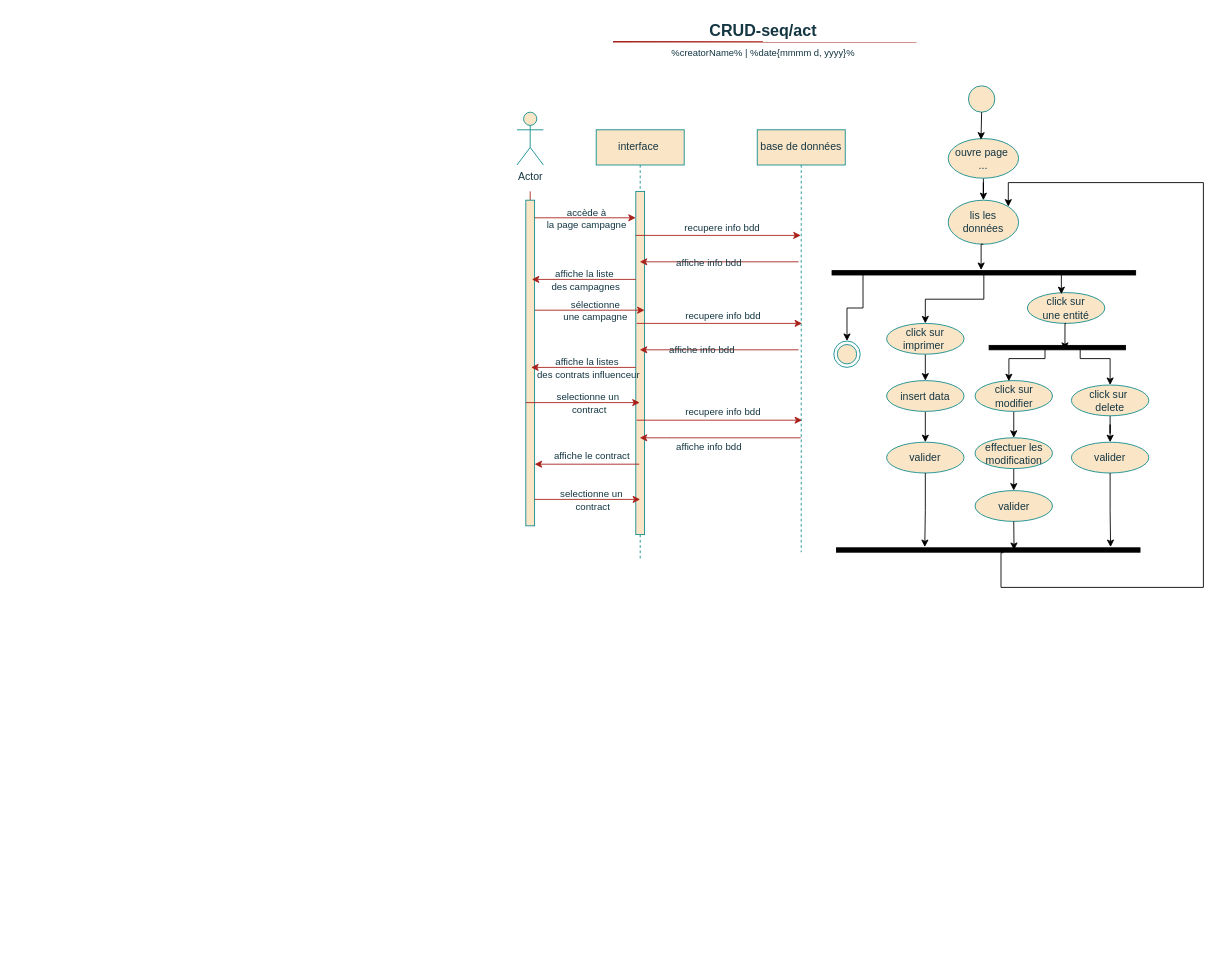
Above: CRUD-seq/act.drawio in the-lyly/Spotlight-in (draw.io), before the change. Source tidied: cells renumbered, new cells numbered last; positions are measured from the earlier drawing's top-left corner, leaving out a move shared by most shapes. Both pictures are drawn from the tidied source at 88%, with x=0, y=0 at pixel (481, 15).
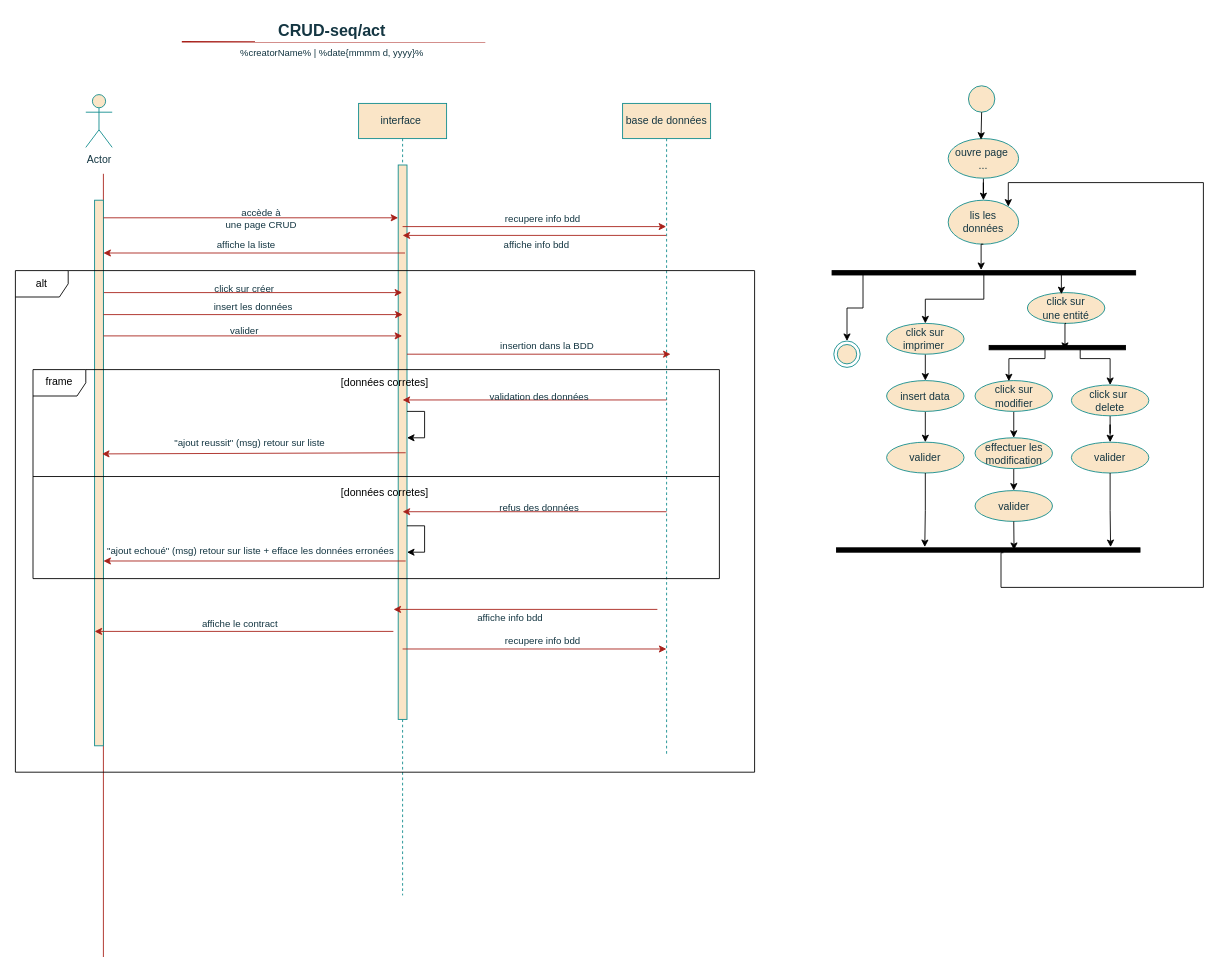
The same diagram, later.

Commit message:
Mettre à jour CRUD-seq/act.drawio

What changed in the source:
```diff
@@
     <mxCell id="7" value="Actor" style="shape=umlActor;verticalLabelPosition=bottom;verticalAlign=top;html=1;labelBackgroundColor=none;fillColor=#FAE5C7;strokeColor=#0F8B8D;fontColor=#143642;" parent="1" vertex="1">
-      <mxGeometry x="40" y="110" width="30" height="60" as="geometry" />
+      <mxGeometry x="-450" y="90" width="30" height="60" as="geometry" />
     </mxCell>
     <mxCell id="8" value="base de données" style="shape=umlLifeline;perimeter=lifelinePerimeter;whiteSpace=wrap;html=1;outlineConnect=0;portConstraint=eastwest;newEdgeStyle={&quot;edgeStyle&quot;:&quot;elbowEdgeStyle&quot;,&quot;elbow&quot;:&quot;vertical&quot;,&quot;curved&quot;:0,&quot;rounded&quot;:0};labelBackgroundColor=none;fillColor=#FAE5C7;strokeColor=#0F8B8D;fontColor=#143642;" parent="1" vertex="1">
-      <mxGeometry x="313" y="130" width="100" height="480" as="geometry" />
+      <mxGeometry x="160" y="100" width="100" height="740" as="geometry" />
     </mxCell>
     <mxCell id="9" value="interface&amp;nbsp;" style="shape=umlLifeline;perimeter=lifelinePerimeter;whiteSpace=wrap;html=1;outlineConnect=0;portConstraint=eastwest;newEdgeStyle={&quot;edgeStyle&quot;:&quot;elbowEdgeStyle&quot;,&quot;elbow&quot;:&quot;vertical&quot;,&quot;curved&quot;:0,&quot;rounded&quot;:0};labelBackgroundColor=none;fillColor=#FAE5C7;strokeColor=#0F8B8D;fontColor=#143642;" parent="1" vertex="1">
-      <mxGeometry x="130" y="130" width="100" height="490" as="geometry" />
+      <mxGeometry x="-140" y="100" width="100" height="900" as="geometry" />
     </mxCell>
     <mxCell id="10" style="html=1;points=[[0,0,0,0,5],[0,1,0,0,-5],[1,0,0,0,5],[1,1,0,0,-5]];perimeter=orthogonalPerimeter;outlineConnect=0;targetShapes=umlLifeline;portConstraint=eastwest;newEdgeStyle={&quot;curved&quot;:0,&quot;rounded&quot;:0};labelBackgroundColor=none;fillColor=#FAE5C7;strokeColor=#0F8B8D;fontColor=#143642;" parent="9" vertex="1">
-      <mxGeometry x="45" y="70" width="10" height="390" as="geometry" />
+      <mxGeometry x="45" y="70" width="10" height="630" as="geometry" />
     </mxCell>
+    <mxCell id="73" style="edgeStyle=orthogonalEdgeStyle;rounded=0;orthogonalLoop=1;jettySize=auto;html=1;curved=0;elbow=vertical;" parent="9" edge="1">
+      <mxGeometry relative="1" as="geometry">
+        <mxPoint x="55" y="350" as="sourcePoint" />
+        <mxPoint x="55" y="380" as="targetPoint" />
+        <Array as="points">
+          <mxPoint x="75" y="350" />
+        </Array>
+      </mxGeometry>
+    </mxCell>
+    <mxCell id="74" style="edgeStyle=orthogonalEdgeStyle;rounded=0;orthogonalLoop=1;jettySize=auto;html=1;curved=0;elbow=vertical;" parent="9" edge="1">
+      <mxGeometry relative="1" as="geometry">
+        <mxPoint x="55" y="480" as="sourcePoint" />
+        <mxPoint x="55" y="510" as="targetPoint" />
+        <Array as="points">
+          <mxPoint x="75" y="480" />
+        </Array>
+      </mxGeometry>
+    </mxCell>
-    <mxCell id="11" style="endArrow=none;html=1;rounded=0;labelBackgroundColor=none;fontColor=default;strokeColor=#A8201A;" parent="1" edge="1" source="15">
+    <mxCell id="11" style="endArrow=none;html=1;rounded=0;labelBackgroundColor=none;fontColor=default;strokeColor=#A8201A;" parent="1" edge="1">
       <mxGeometry relative="1" as="geometry">
-        <mxPoint x="55" y="200" as="targetPoint" />
+        <mxPoint x="-430" y="1070" as="sourcePoint" />
+        <mxPoint x="-430" y="180" as="targetPoint" />
       </mxGeometry>
     </mxCell>
     <mxCell id="12" style="endArrow=classic;html=1;rounded=0;labelBackgroundColor=none;fontColor=default;strokeColor=#A8201A;" parent="1" edge="1">
       <mxGeometry relative="1" as="geometry">
-        <mxPoint x="60" y="335" as="sourcePoint" />
-        <mxPoint x="185" y="335" as="targetPoint" />
+        <mxPoint x="-430" y="315" as="sourcePoint" />
+        <mxPoint x="-90.5" y="315" as="targetPoint" />
       </mxGeometry>
     </mxCell>
-    <mxCell id="13" value="sélectionne &lt;br&gt;une campagne" style="edgeLabel;html=1;align=center;verticalAlign=middle;labelBackgroundColor=none;fontColor=#143642;" parent="12" vertex="1">
+    <mxCell id="13" value="click sur créer" style="edgeLabel;html=1;align=center;verticalAlign=middle;labelBackgroundColor=none;fontColor=#143642;" parent="12" vertex="1">
       <mxGeometry x="0.09" y="-3" relative="1" as="geometry">
-        <mxPoint y="-3" as="offset" />
+        <mxPoint x="-26" y="-8" as="offset" />
       </mxGeometry>
     </mxCell>
     <mxCell id="14" style="endArrow=classic;html=1;rounded=0;strokeColor=none;labelBackgroundColor=none;fontColor=default;" parent="1" edge="1">
       <mxGeometry relative="1" as="geometry">
-        <mxPoint x="275" y="684.4" as="sourcePoint" />
-        <mxPoint x="160" y="684.4" as="targetPoint" />
+        <mxPoint x="-215" y="684.4" as="sourcePoint" />
+        <mxPoint x="-330" y="684.4" as="targetPoint" />
       </mxGeometry>
     </mxCell>
     <mxCell id="15" style="rounded=0;whiteSpace=wrap;html=1;labelBackgroundColor=none;fillColor=#FAE5C7;strokeColor=#0F8B8D;fontColor=#143642;" parent="1" vertex="1">
-      <mxGeometry x="50" y="210" width="10" height="370" as="geometry" />
+      <mxGeometry x="-440" y="210" width="10" height="620" as="geometry" />
     </mxCell>
     <mxCell id="16" style="endArrow=classic;html=1;rounded=0;labelBackgroundColor=none;fontColor=default;strokeColor=#A8201A;" parent="1" edge="1" target="10">
       <mxGeometry relative="1" as="geometry">
-        <mxPoint x="60" y="230" as="sourcePoint" />
+        <mxPoint x="-430" y="230" as="sourcePoint" />
       </mxGeometry>
     </mxCell>
-    <mxCell id="17" value="accède à &lt;br&gt;la page campagne" style="edgeLabel;html=1;align=center;verticalAlign=middle;labelBackgroundColor=none;fontColor=#143642;" parent="16" vertex="1">
+    <mxCell id="17" value="accède à &lt;br&gt;une page CRUD" style="edgeLabel;html=1;align=center;verticalAlign=middle;labelBackgroundColor=none;fontColor=#143642;" parent="16" vertex="1">
       <mxGeometry x="0.09" y="-3" relative="1" as="geometry">
         <mxPoint x="-5" y="-3" as="offset" />
       </mxGeometry>
     </mxCell>
     <mxCell id="18" style="endArrow=classic;html=1;rounded=0;labelBackgroundColor=none;fontColor=default;strokeColor=#A8201A;" parent="1" edge="1">
       <mxGeometry relative="1" as="geometry">
-        <mxPoint x="50" y="440" as="sourcePoint" />
-        <mxPoint x="179.5" y="440" as="targetPoint" />
+        <mxPoint x="-430" y="340" as="sourcePoint" />
+        <mxPoint x="-90" y="340" as="targetPoint" />
       </mxGeometry>
     </mxCell>
-    <mxCell id="19" value="selectionne un&amp;nbsp;&lt;br&gt;contract" style="edgeLabel;html=1;align=center;verticalAlign=middle;labelBackgroundColor=none;fontColor=#143642;" parent="18" vertex="1">
+    <mxCell id="19" value="insert les données" style="edgeLabel;html=1;align=center;verticalAlign=middle;labelBackgroundColor=none;fontColor=#143642;" parent="18" vertex="1">
       <mxGeometry x="0.09" y="-3" relative="1" as="geometry">
-        <mxPoint y="-3" as="offset" />
+        <mxPoint x="-16" y="-13" as="offset" />
       </mxGeometry>
     </mxCell>
     <mxCell id="20" style="group;labelBackgroundColor=none;fontColor=#143642;" parent="1" vertex="1">
-      <mxGeometry width="640" height="45" as="geometry" />
+      <mxGeometry x="-490" width="640" height="45" as="geometry" />
     </mxCell>
@@
     <mxCell id="24" style="endArrow=classic;html=1;rounded=0;labelBackgroundColor=none;fontColor=default;strokeColor=#A8201A;entryX=1.134;entryY=0.145;entryDx=0;entryDy=0;entryPerimeter=0;" parent="1" edge="1">
       <mxGeometry relative="1" as="geometry">
-        <mxPoint x="175" y="300" as="sourcePoint" />
-        <mxPoint x="56.8" y="300" as="targetPoint" />
+        <mxPoint x="-87.3" y="270" as="sourcePoint" />
+        <mxPoint x="-430" y="270" as="targetPoint" />
       </mxGeometry>
     </mxCell>
-    <mxCell id="25" value="affiche la liste&amp;nbsp;&lt;br&gt;des campagnes" style="edgeLabel;html=1;align=center;verticalAlign=middle;labelBackgroundColor=none;fontColor=#143642;" parent="24" vertex="1">
+    <mxCell id="25" value="affiche la liste" style="edgeLabel;html=1;align=center;verticalAlign=middle;labelBackgroundColor=none;fontColor=#143642;" parent="24" vertex="1">
       <mxGeometry x="0.09" y="-3" relative="1" as="geometry">
-        <mxPoint x="6" y="3" as="offset" />
+        <mxPoint x="6" y="-7" as="offset" />
       </mxGeometry>
     </mxCell>
-    <mxCell id="26" style="endArrow=classic;html=1;rounded=0;labelBackgroundColor=none;fontColor=default;strokeColor=#A8201A;entryX=1.134;entryY=0.145;entryDx=0;entryDy=0;entryPerimeter=0;" parent="1" edge="1">
+    <mxCell id="26" style="endArrow=classic;html=1;rounded=0;labelBackgroundColor=none;fontColor=default;strokeColor=#A8201A;entryX=0.84;entryY=0.465;entryDx=0;entryDy=0;entryPerimeter=0;" parent="1" edge="1" target="15">
       <mxGeometry relative="1" as="geometry">
-        <mxPoint x="175" y="400" as="sourcePoint" />
-        <mxPoint x="56" y="400" as="targetPoint" />
+        <mxPoint x="-86.5" y="497" as="sourcePoint" />
       </mxGeometry>
     </mxCell>
-    <mxCell id="27" value="affiche la listes&amp;nbsp;&lt;br&gt;des contrats influenceur" style="edgeLabel;html=1;align=center;verticalAlign=middle;labelBackgroundColor=none;fontColor=#143642;" parent="26" vertex="1">
+    <mxCell id="27" value="&quot;ajout reussit&quot; (msg) retour sur liste" style="edgeLabel;html=1;align=center;verticalAlign=middle;labelBackgroundColor=none;fontColor=#143642;" parent="26" vertex="1">
       <mxGeometry x="0.09" y="-3" relative="1" as="geometry">
-        <mxPoint x="10" y="3" as="offset" />
+        <mxPoint x="10" y="-9" as="offset" />
       </mxGeometry>
     </mxCell>
     <mxCell id="28" style="endArrow=classic;html=1;rounded=0;labelBackgroundColor=none;fontColor=default;strokeColor=#A8201A;entryX=1.134;entryY=0.145;entryDx=0;entryDy=0;entryPerimeter=0;" parent="1" edge="1">
       <mxGeometry relative="1" as="geometry">
-        <mxPoint x="179" y="510" as="sourcePoint" />
-        <mxPoint x="60" y="510" as="targetPoint" />
+        <mxPoint x="-100.5" y="700" as="sourcePoint" />
+        <mxPoint x="-440" y="700" as="targetPoint" />
       </mxGeometry>
     </mxCell>
@@
-    <mxCell id="30" style="endArrow=classic;html=1;rounded=0;labelBackgroundColor=none;fontColor=default;strokeColor=#A8201A;" parent="1" edge="1" target="8">
+    <mxCell id="30" style="endArrow=classic;html=1;rounded=0;labelBackgroundColor=none;fontColor=default;strokeColor=#A8201A;" parent="1" edge="1">
       <mxGeometry relative="1" as="geometry">
-        <mxPoint x="175" y="250" as="sourcePoint" />
+        <mxPoint x="-90" y="240" as="sourcePoint" />
+        <mxPoint x="209.5" y="240" as="targetPoint" />
       </mxGeometry>
     </mxCell>
@@
-    <mxCell id="32" style="endArrow=classic;html=1;rounded=0;labelBackgroundColor=none;fontColor=default;strokeColor=#A8201A;" parent="1" edge="1" target="9">
+    <mxCell id="32" style="endArrow=classic;html=1;rounded=0;labelBackgroundColor=none;fontColor=default;strokeColor=#A8201A;" parent="1" edge="1">
       <mxGeometry relative="1" as="geometry">
-        <mxPoint x="360" y="280" as="sourcePoint" />
+        <mxPoint x="209.5" y="250" as="sourcePoint" />
+        <mxPoint x="-90" y="250" as="targetPoint" />
       </mxGeometry>
     </mxCell>
     <mxCell id="33" value="affiche info bdd" style="edgeLabel;html=1;align=center;verticalAlign=middle;labelBackgroundColor=none;fontColor=#143642;" parent="32" vertex="1">
       <mxGeometry x="0.09" y="-3" relative="1" as="geometry">
-        <mxPoint x="-5" y="3" as="offset" />
+        <mxPoint x="15" y="13" as="offset" />
       </mxGeometry>
     </mxCell>
     <mxCell id="34" style="endArrow=classic;html=1;rounded=0;labelBackgroundColor=none;fontColor=default;strokeColor=#A8201A;" parent="1" edge="1">
       <mxGeometry relative="1" as="geometry">
-        <mxPoint x="60" y="550" as="sourcePoint" />
-        <mxPoint x="180" y="550" as="targetPoint" />
+        <mxPoint x="-430" y="364.2" as="sourcePoint" />
+        <mxPoint x="-90.5" y="364.2" as="targetPoint" />
       </mxGeometry>
     </mxCell>
-    <mxCell id="35" value="selectionne un&amp;nbsp;&lt;br&gt;contract" style="edgeLabel;html=1;align=center;verticalAlign=middle;labelBackgroundColor=none;fontColor=#143642;" parent="34" vertex="1">
+    <mxCell id="35" value="valider" style="edgeLabel;html=1;align=center;verticalAlign=middle;labelBackgroundColor=none;fontColor=#143642;" parent="34" vertex="1">
       <mxGeometry x="0.09" y="-3" relative="1" as="geometry">
-        <mxPoint y="-3" as="offset" />
+        <mxPoint x="-26" y="-10" as="offset" />
       </mxGeometry>
     </mxCell>
     <mxCell id="36" style="endArrow=classic;html=1;rounded=0;labelBackgroundColor=none;fontColor=default;strokeColor=#A8201A;" parent="1" edge="1">
       <mxGeometry relative="1" as="geometry">
-        <mxPoint x="176" y="350" as="sourcePoint" />
-        <mxPoint x="364" y="350" as="targetPoint" />
+        <mxPoint x="-85" y="385" as="sourcePoint" />
+        <mxPoint x="214.5" y="385" as="targetPoint" />
       </mxGeometry>
     </mxCell>
-    <mxCell id="37" value="recupere info bdd" style="edgeLabel;html=1;align=center;verticalAlign=middle;labelBackgroundColor=none;fontColor=#143642;" parent="36" vertex="1">
+    <mxCell id="37" value="insertion dans la BDD" style="edgeLabel;html=1;align=center;verticalAlign=middle;labelBackgroundColor=none;fontColor=#143642;" parent="36" vertex="1">
       <mxGeometry x="0.09" y="-3" relative="1" as="geometry">
         <mxPoint x="-5" y="-13" as="offset" />
       </mxGeometry>
     </mxCell>
-    <mxCell id="38" style="endArrow=classic;html=1;rounded=0;labelBackgroundColor=none;fontColor=default;strokeColor=#A8201A;" parent="1" edge="1" target="9">
+    <mxCell id="38" style="endArrow=classic;html=1;rounded=0;labelBackgroundColor=none;fontColor=default;strokeColor=#A8201A;" parent="1" edge="1">
       <mxGeometry relative="1" as="geometry">
-        <mxPoint x="360" y="380" as="sourcePoint" />
+        <mxPoint x="210" y="437" as="sourcePoint" />
+        <mxPoint x="-90" y="437" as="targetPoint" />
       </mxGeometry>
     </mxCell>
-    <mxCell id="39" value="affiche info bdd" style="edgeLabel;html=1;align=center;verticalAlign=middle;labelBackgroundColor=none;fontColor=#143642;" parent="38" vertex="1">
+    <mxCell id="39" value="validation des données" style="edgeLabel;html=1;align=center;verticalAlign=middle;labelBackgroundColor=none;fontColor=#143642;" parent="38" vertex="1">
       <mxGeometry x="0.09" y="-3" relative="1" as="geometry">
-        <mxPoint x="-13" y="2" as="offset" />
+        <mxPoint x="18" y="-2" as="offset" />
       </mxGeometry>
     </mxCell>
     <mxCell id="40" style="endArrow=classic;html=1;rounded=0;labelBackgroundColor=none;fontColor=default;strokeColor=#A8201A;" parent="1" edge="1">
       <mxGeometry relative="1" as="geometry">
-        <mxPoint x="176" y="460" as="sourcePoint" />
-        <mxPoint x="364" y="460" as="targetPoint" />
+        <mxPoint x="-90" y="720" as="sourcePoint" />
+        <mxPoint x="209.8" y="720" as="targetPoint" />
       </mxGeometry>
     </mxCell>
@@
-    <mxCell id="42" style="endArrow=classic;html=1;rounded=0;labelBackgroundColor=none;fontColor=default;strokeColor=#A8201A;" parent="1" edge="1" source="8" target="9">
+    <mxCell id="42" style="endArrow=classic;html=1;rounded=0;labelBackgroundColor=none;fontColor=default;strokeColor=#A8201A;" parent="1" edge="1">
       <mxGeometry relative="1" as="geometry">
+        <mxPoint x="199.5" y="675" as="sourcePoint" />
+        <mxPoint x="-100.3" y="675" as="targetPoint" />
         <Array as="points">
-          <mxPoint x="210" y="480" />
+          <mxPoint x="190" y="675" />
         </Array>
       </mxGeometry>
     </mxCell>
@@
+    <mxCell id="75" value="alt" style="shape=umlFrame;whiteSpace=wrap;html=1;" parent="1" vertex="1">
+      <mxGeometry x="-530" y="290" width="840" height="570" as="geometry" />
+    </mxCell>
+    <mxCell id="76" value="frame" style="shape=umlFrame;whiteSpace=wrap;html=1;" parent="1" vertex="1">
+      <mxGeometry x="-510" y="402.5" width="780" height="237.5" as="geometry" />
+    </mxCell>
+    <mxCell id="77" value="[données corretes]" style="text;html=1;whiteSpace=wrap;strokeColor=none;fillColor=none;align=center;verticalAlign=middle;rounded=0;" parent="1" vertex="1">
+      <mxGeometry x="-165" y="402.5" width="110" height="30" as="geometry" />
+    </mxCell>
+    <mxCell id="78" style="endArrow=classic;html=1;rounded=0;labelBackgroundColor=none;fontColor=default;strokeColor=#A8201A;" parent="1" edge="1">
+      <mxGeometry relative="1" as="geometry">
+        <mxPoint x="210" y="564" as="sourcePoint" />
+        <mxPoint x="-90" y="564" as="targetPoint" />
+      </mxGeometry>
+    </mxCell>
+    <mxCell id="79" value="refus des données" style="edgeLabel;html=1;align=center;verticalAlign=middle;labelBackgroundColor=none;fontColor=#143642;" parent="78" vertex="1">
+      <mxGeometry x="0.09" y="-3" relative="1" as="geometry">
+        <mxPoint x="18" y="-2" as="offset" />
+      </mxGeometry>
+    </mxCell>
+    <mxCell id="80" style="endArrow=classic;html=1;rounded=0;labelBackgroundColor=none;fontColor=default;strokeColor=#A8201A;entryX=1.134;entryY=0.145;entryDx=0;entryDy=0;entryPerimeter=0;" parent="1" edge="1">
+      <mxGeometry relative="1" as="geometry">
+        <mxPoint x="-86.5" y="620" as="sourcePoint" />
+        <mxPoint x="-430" y="620" as="targetPoint" />
+      </mxGeometry>
+    </mxCell>
+    <mxCell id="81" value="&quot;ajout echoué&quot; (msg) retour sur liste + efface les données erronées" style="edgeLabel;html=1;align=center;verticalAlign=middle;labelBackgroundColor=none;fontColor=#143642;" parent="80" vertex="1">
+      <mxGeometry x="0.09" y="-3" relative="1" as="geometry">
+        <mxPoint x="10" y="-9" as="offset" />
+      </mxGeometry>
+    </mxCell>
+    <mxCell id="82" style="line;strokeWidth=1;fillColor=none;align=left;verticalAlign=middle;spacingTop=-1;spacingLeft=3;spacingRight=3;labelPosition=right;strokeColor=inherit;" parent="1" vertex="1">
+      <mxGeometry x="-510" y="520" width="780" height="8" as="geometry" />
+    </mxCell>
+    <mxCell id="83" value="[données corretes]" style="text;html=1;whiteSpace=wrap;strokeColor=none;fillColor=none;align=center;verticalAlign=middle;rounded=0;" parent="1" vertex="1">
+      <mxGeometry x="-165" y="528" width="110" height="30" as="geometry" />
+    </mxCell>
```
